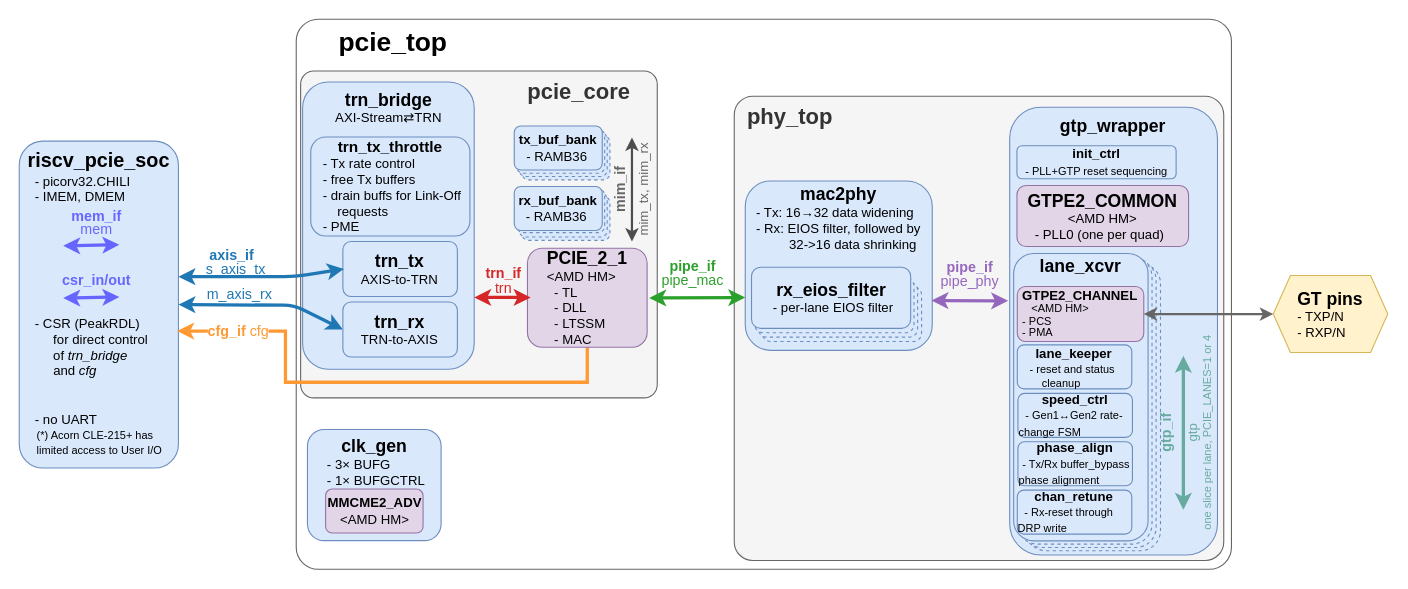
The draw.io diagram 0.doc/2.rtl/block-diagram.drawio in chili-chips/openPCIE, before the edit. Source tidied: cells renumbered, new cells numbered last; positions are measured from the earlier drawing's top-left corner, leaving out a move shared by most shapes. Both pictures are drawn from the tidied source at 110%, with x=0, y=0 at pixel (19, 19).
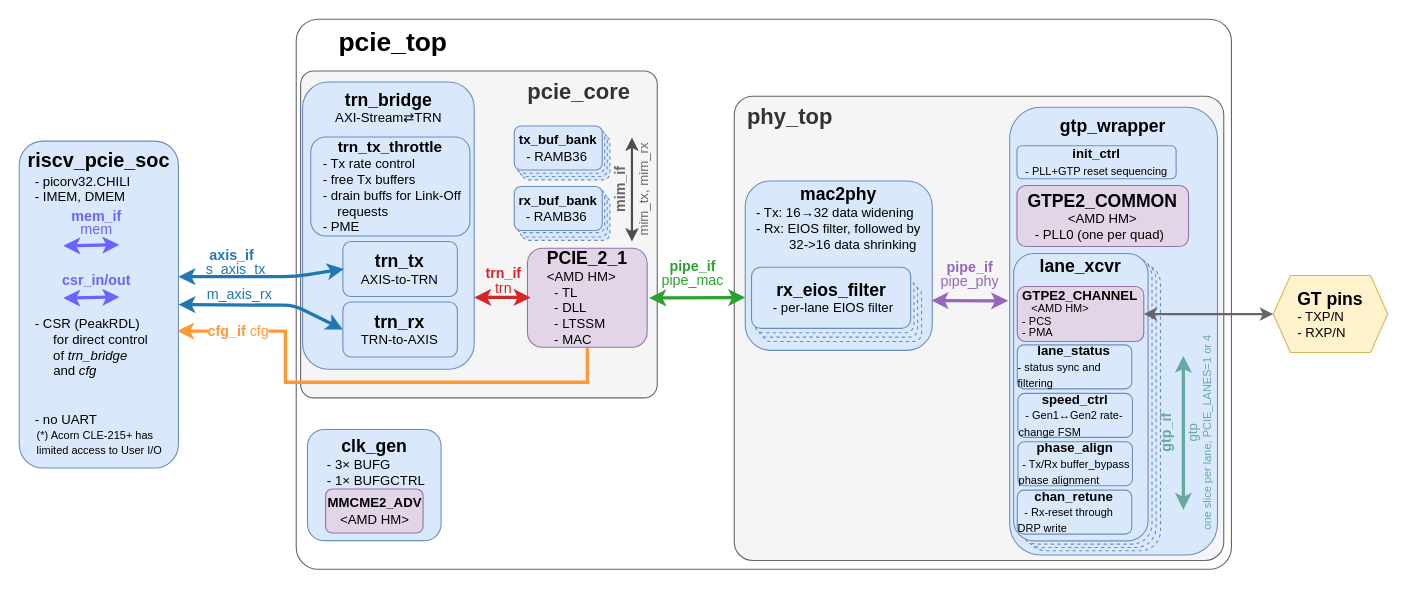
The same diagram, later.

Diff of the diagram source:
```diff
@@
-    <mxCell id="29" value="&lt;font&gt;&lt;b style=&quot;&quot;&gt;lane_keeper&lt;/b&gt;&lt;/font&gt;&lt;div&gt;&lt;div style=&quot;text-align: left;&quot;&gt;&lt;span style=&quot;background-color: transparent; color: light-dark(rgb(0, 0, 0), rgb(255, 255, 255)); font-size: 10px;&quot;&gt;- reset and status&amp;nbsp;&lt;/span&gt;&lt;/div&gt;&lt;div style=&quot;line-height: 90%;&quot;&gt;&lt;div style=&quot;text-align: left;&quot;&gt;&lt;font style=&quot;font-size: 10px; line-height: 90%;&quot;&gt;&amp;nbsp; &amp;nbsp; cleanup&lt;/font&gt;&lt;/div&gt;&lt;/div&gt;&lt;/div&gt;" style="rounded=1;whiteSpace=wrap;html=1;fillColor=#dae8fc;strokeColor=#6c8ebf;" parent="1" vertex="1">
+    <mxCell id="29" value="&lt;font&gt;&lt;b style=&quot;&quot;&gt;lane_status&lt;/b&gt;&lt;/font&gt;&lt;div&gt;&lt;div style=&quot;text-align: left;&quot;&gt;&lt;span style=&quot;background-color: transparent; color: light-dark(rgb(0, 0, 0), rgb(255, 255, 255)); font-size: 10px;&quot;&gt;- status&amp;nbsp;&lt;/span&gt;&lt;span style=&quot;background-color: transparent; text-align: center; font-size: 10px;&quot;&gt;sync and filtering&lt;/span&gt;&lt;/div&gt;&lt;/div&gt;" style="rounded=1;whiteSpace=wrap;html=1;fillColor=#dae8fc;strokeColor=#6c8ebf;" parent="1" vertex="1">
       <mxGeometry x="907.3" y="296" width="104.1" height="40" as="geometry" />
     </mxCell>
```
